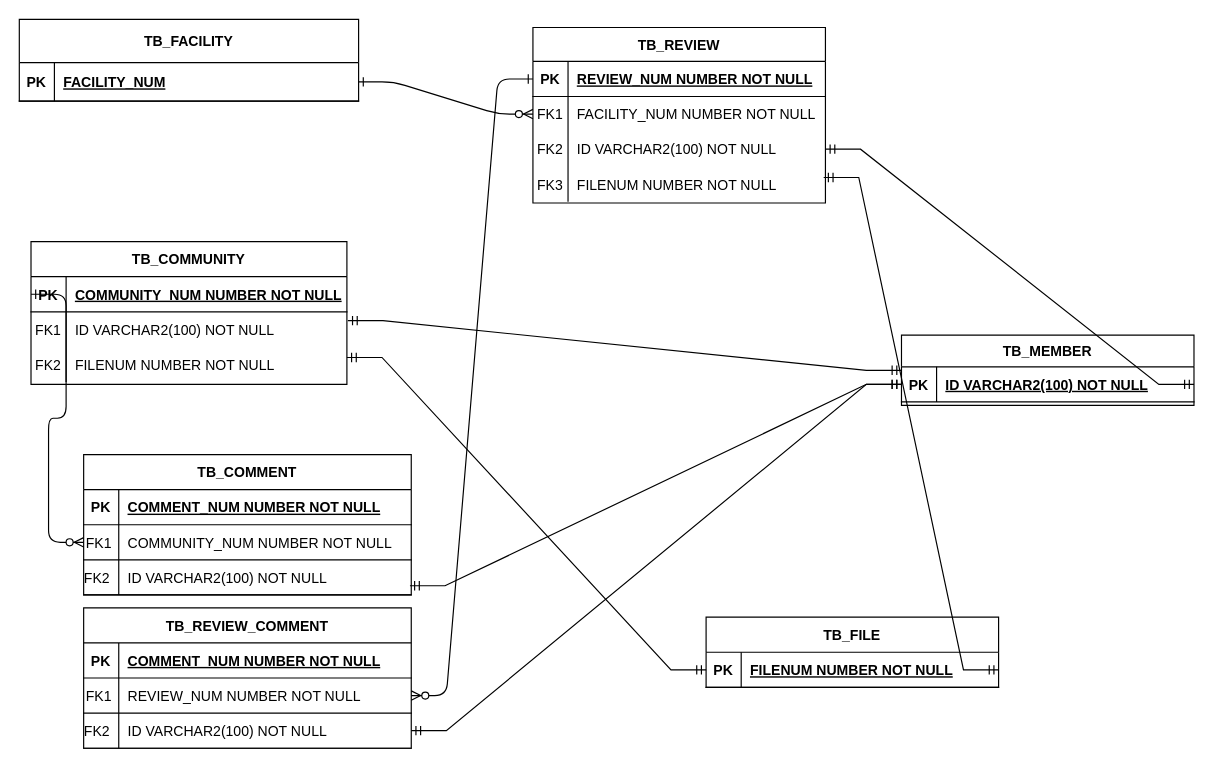
rimgosu/ProjectStudy keeps this draw.io diagram as document/제목 없는 다이어그램.drawio. Above is the earlier version. Source tidied: cells renumbered, new cells numbered last; positions are measured from the earlier drawing's top-left corner, leaving out a move shared by most shapes. Both pictures are drawn from the tidied source at 117%, with x=0, y=0 at pixel (19, 19).
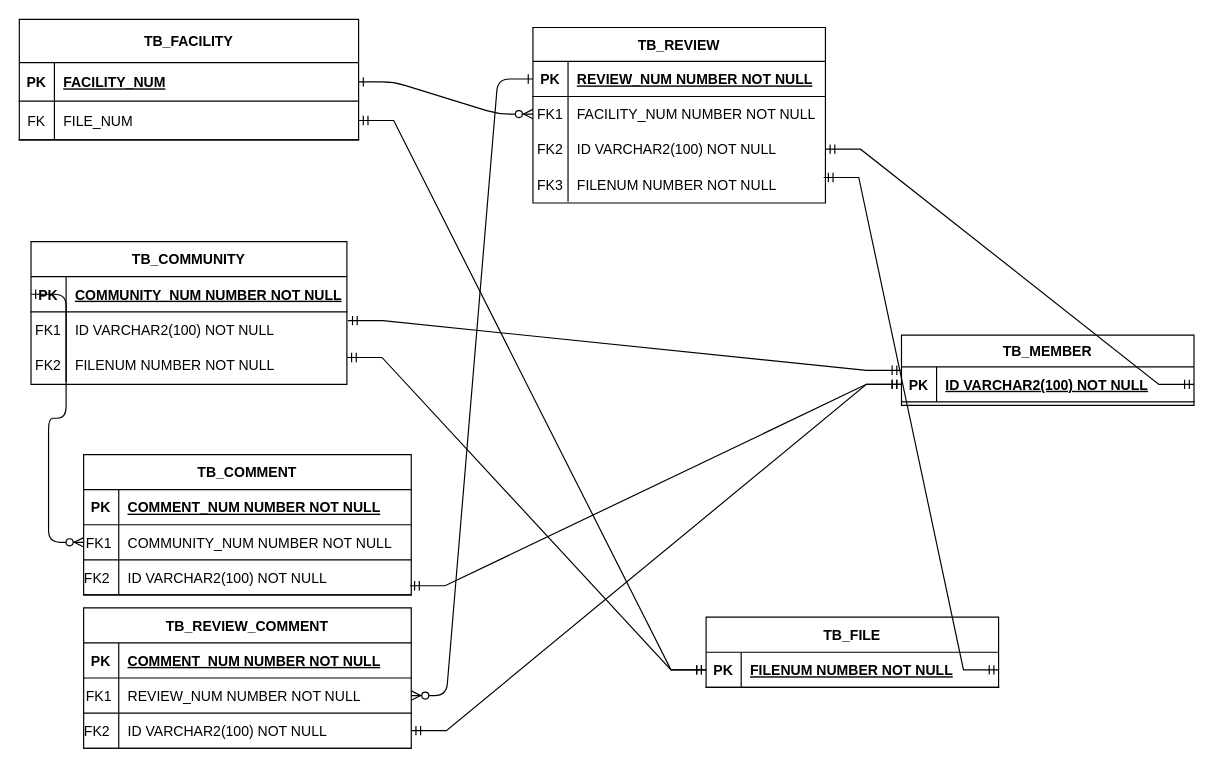
After the change.

Commit message:
제목 없는 다이어그램.drawio 업데이트

Unchanged cells that the change refers to:
```xml
<mxCell id="49" style="shape=partialRectangle;fillColor=none;points=[[0,0.5],[1,0.5]];portConstraint=eastwest;top=0;left=0;right=0;bottom=1;" parent="48" vertex="1">
  <mxGeometry y="30" width="250" height="30" as="geometry" />
</mxCell>
```

Diff of the diagram source:
```diff
@@
     <mxCell id="20" value="TB_FACILITY" style="shape=table;startSize=37;childLayout=tableLayout;rowLines=0;fontStyle=1;align=center;" parent="1" vertex="1">
-      <mxGeometry width="290" height="70" as="geometry" />
+      <mxGeometry width="290" height="103" as="geometry" />
     </mxCell>
@@
+    <mxCell id="66" style="shape=partialRectangle;fillColor=none;points=[[0,0.5],[1,0.5]];portConstraint=eastwest;top=0;left=0;right=0;bottom=1;" parent="20" vertex="1">
+      <mxGeometry y="70" width="290" height="33" as="geometry" />
+    </mxCell>
+    <mxCell id="67" value="FK" style="shape=partialRectangle;overflow=hidden;fillColor=none;top=0;left=0;bottom=0;right=0;fontStyle=0;" parent="66" vertex="1">
+      <mxGeometry width="30" height="33" as="geometry" />
+    </mxCell>
+    <mxCell id="68" value="FILE_NUM" style="shape=partialRectangle;overflow=hidden;fillColor=none;top=0;left=0;bottom=0;right=0;align=left;spacingLeft=6;fontStyle=0;" parent="66" vertex="1">
+      <mxGeometry x="30" width="260" height="33" as="geometry" />
+    </mxCell>
@@
+    <mxCell id="69" style="edgeStyle=entityRelationEdgeStyle;fontSize=12;html=1;endArrow=ERmandOne;startArrow=ERmandOne;rounded=0;entryX=1;entryY=0.5;entryDx=0;entryDy=0;exitX=0;exitY=0.5;exitDx=0;exitDy=0;" parent="1" edge="1" source="49" target="66">
+      <mxGeometry relative="1" as="geometry">
+        <Array as="points">
+          <mxPoint x="460" y="240" />
+          <mxPoint x="986" y="126" />
+        </Array>
+      </mxGeometry>
+    </mxCell>
```
